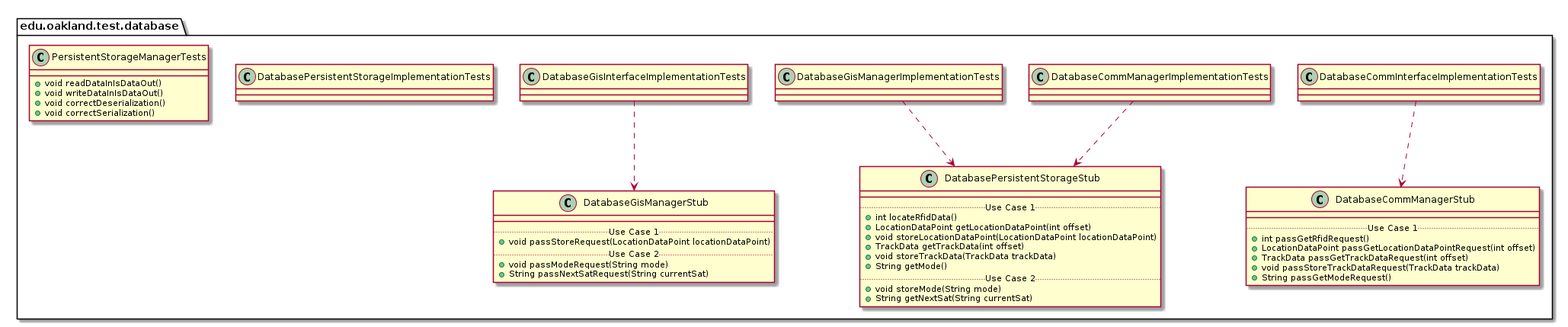
Earlier version of the PlantUML export docs/uml-class-diagrams/database/test/DatabaseTestPackage_InternalDependencies.png (elilley15/csi-3370-software-project).
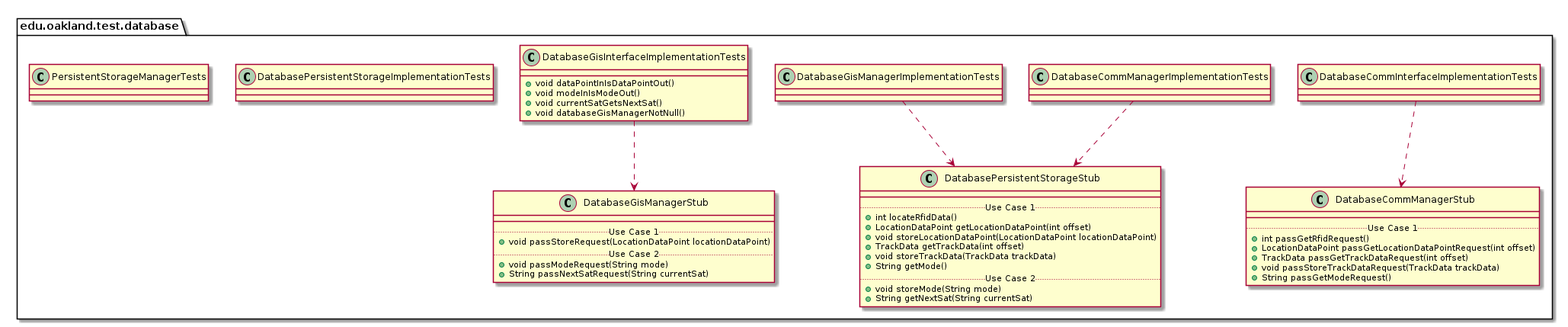
The same diagram one commit later.

What changed in the source:
```diff
@@ -55,7 +55,10 @@
 
 package edu.oakland.test.database {
     class DatabaseGisInterfaceImplementationTests {
-
+        + void dataPointInIsDataPointOut()
+        + void modeInIsModeOut()
+        + void currentSatGetsNextSat()
+        + void databaseGisManagerNotNull()
     }
 }
 
@@ -92,10 +95,7 @@
 
 package edu.oakland.test.database {
     class PersistentStorageManagerTests {
-        + void readDataInIsDataOut()
-        + void writeDataInIsDataOut()
-        + void correctDeserialization()
-        + void correctSerialization()
+
     }
 }
 
```
